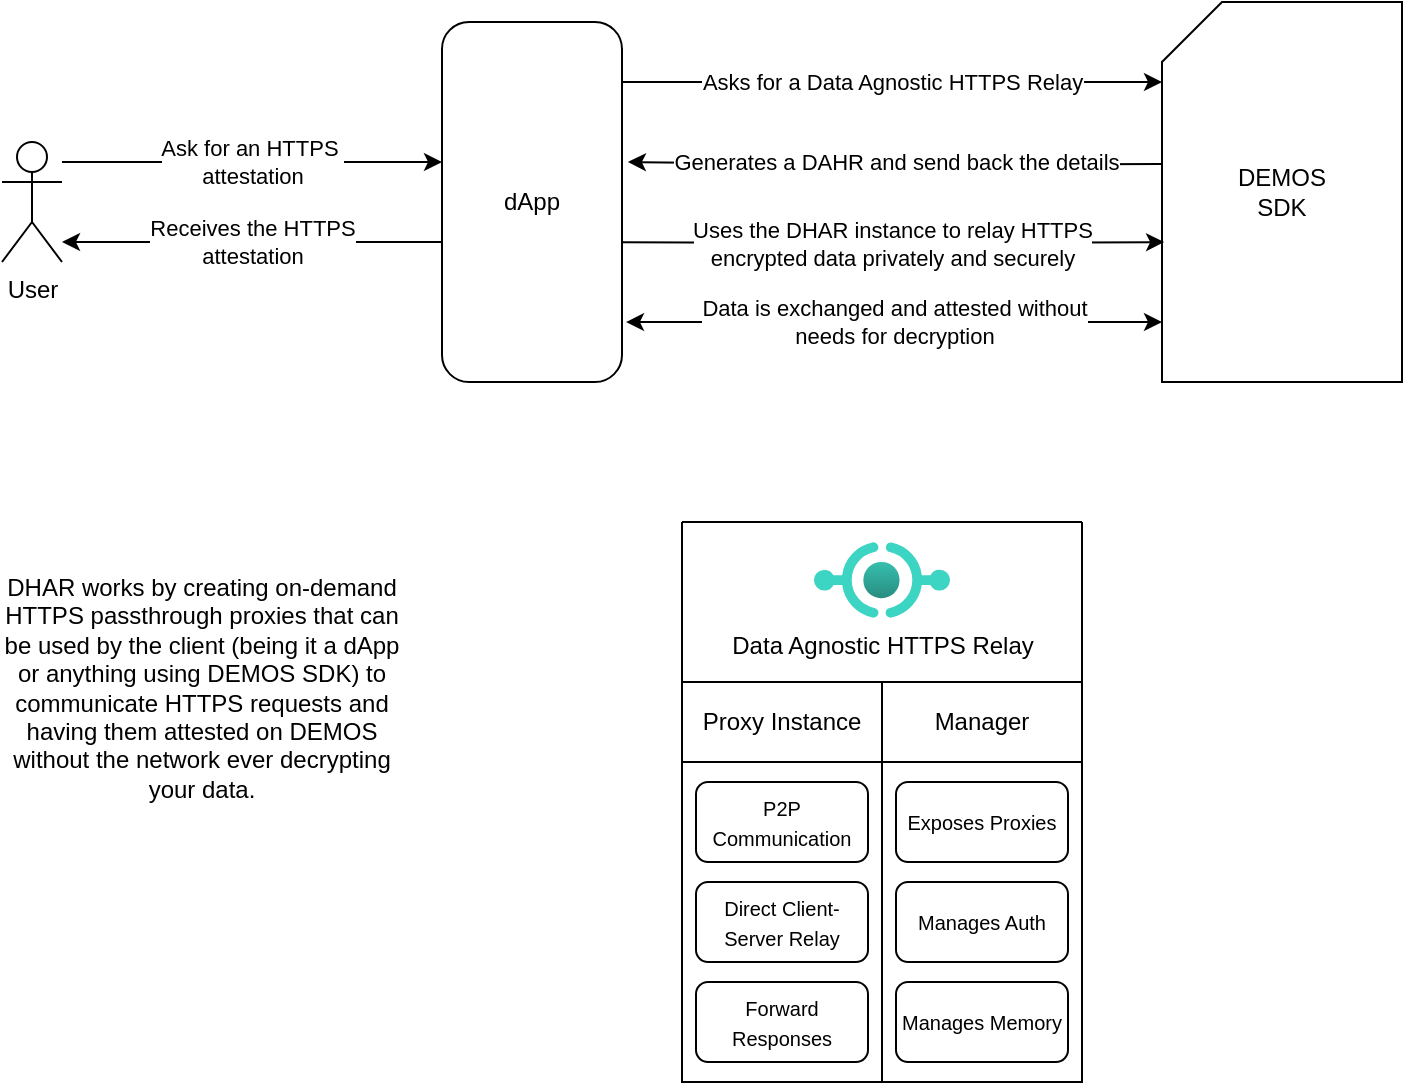
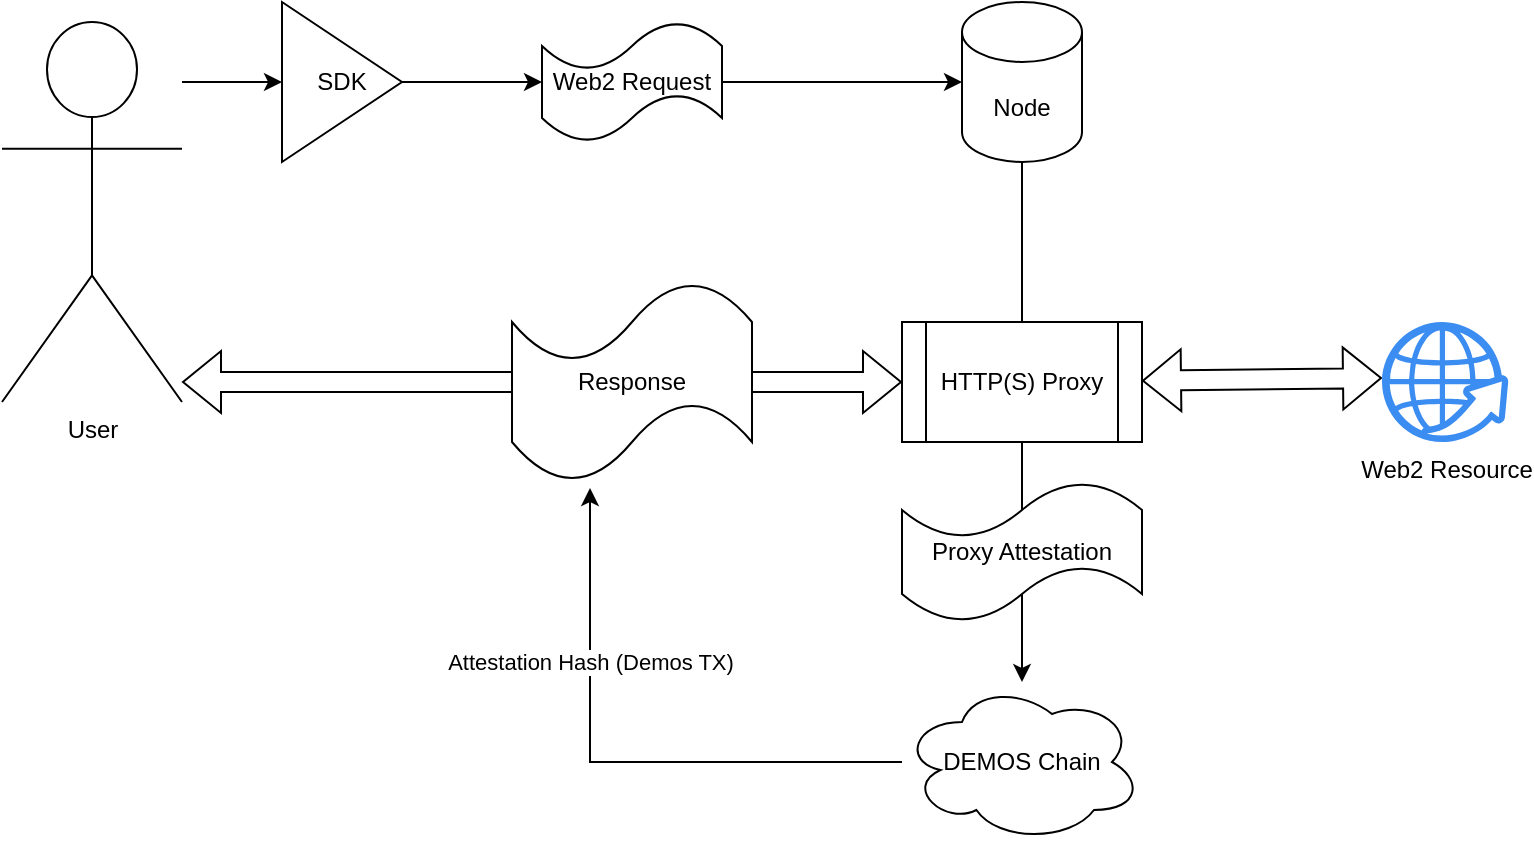
- <mxfile host="Electron" modified="2024-03-16T18:31:06.762Z" agent="Mozilla/5.0 (X11; Linux x86_64) AppleWebKit/537.36 (KHTML, like Gecko) draw.io/22.1.11 Chrome/114.0.5735.289 Electron/25.9.8 Safari/537.36" etag="PiScJdNKES-3hd9LoLwj" version="22.1.11" type="device">
-   <diagram name="Pagina-1" id="KozjIDIOYP8Ty1yJAhfX">
-     <mxGraphModel dx="1137" dy="646" grid="1" gridSize="10" guides="1" tooltips="1" connect="1" arrows="1" fold="1" page="1" pageScale="1" pageWidth="827" pageHeight="1169" math="0" shadow="0">
+ <mxfile host="Electron" modified="2024-06-16T13:16:22.919Z" agent="Mozilla/5.0 (X11; Linux x86_64) AppleWebKit/537.36 (KHTML, like Gecko) draw.io/24.5.3 Chrome/124.0.6367.207 Electron/30.0.6 Safari/537.36" etag="sLVGMgpLHqyFm6S9pQF4" version="24.5.3" type="device">
+   <diagram name="Pagina-1" id="k4i1mo8BVvXLbpHQHDgF">
+     <mxGraphModel dx="1130" dy="666" grid="1" gridSize="10" guides="1" tooltips="1" connect="1" arrows="1" fold="1" page="1" pageScale="1" pageWidth="827" pageHeight="1169" math="0" shadow="0">
      <root>
        <mxCell id="0" />
        <mxCell id="1" parent="0" />
-         <mxCell id="nxRVkFhHDUuOQ-_nWOQr-6" value="Ask for an HTTPS&amp;nbsp;&lt;br&gt;attestation" style="edgeStyle=orthogonalEdgeStyle;rounded=0;orthogonalLoop=1;jettySize=auto;html=1;" edge="1" parent="1" source="nxRVkFhHDUuOQ-_nWOQr-1" target="nxRVkFhHDUuOQ-_nWOQr-5">
+         <mxCell id="ktSBSK0f6YaetVStAnTJ-3" value="" style="edgeStyle=orthogonalEdgeStyle;rounded=0;orthogonalLoop=1;jettySize=auto;html=1;" edge="1" parent="1" source="ktSBSK0f6YaetVStAnTJ-1" target="ktSBSK0f6YaetVStAnTJ-2">
          <mxGeometry relative="1" as="geometry">
            <Array as="points">
-               <mxPoint x="80" y="140" />
-               <mxPoint x="80" y="140" />
+               <mxPoint x="120" y="120" />
+               <mxPoint x="120" y="120" />
            </Array>
          </mxGeometry>
        </mxCell>
-         <mxCell id="nxRVkFhHDUuOQ-_nWOQr-1" value="User" style="shape=umlActor;verticalLabelPosition=bottom;verticalAlign=top;html=1;outlineConnect=0;" vertex="1" parent="1">
-           <mxGeometry x="20" y="130" width="30" height="60" as="geometry" />
+         <mxCell id="ktSBSK0f6YaetVStAnTJ-1" value="User" style="shape=umlActor;verticalLabelPosition=bottom;verticalAlign=top;html=1;outlineConnect=0;" vertex="1" parent="1">
+           <mxGeometry x="20" y="90" width="90" height="190" as="geometry" />
        </mxCell>
-         <mxCell id="nxRVkFhHDUuOQ-_nWOQr-8" value="Asks for a Data Agnostic HTTPS Relay" style="edgeStyle=orthogonalEdgeStyle;rounded=0;orthogonalLoop=1;jettySize=auto;html=1;" edge="1" parent="1" source="nxRVkFhHDUuOQ-_nWOQr-5" target="nxRVkFhHDUuOQ-_nWOQr-7">
+         <mxCell id="ktSBSK0f6YaetVStAnTJ-6" value="" style="edgeStyle=orthogonalEdgeStyle;rounded=0;orthogonalLoop=1;jettySize=auto;html=1;" edge="1" parent="1" source="ktSBSK0f6YaetVStAnTJ-2" target="ktSBSK0f6YaetVStAnTJ-5">
+           <mxGeometry relative="1" as="geometry" />
+         </mxCell>
+         <mxCell id="ktSBSK0f6YaetVStAnTJ-2" value="SDK" style="triangle;whiteSpace=wrap;html=1;" vertex="1" parent="1">
+           <mxGeometry x="160" y="80" width="60" height="80" as="geometry" />
+         </mxCell>
+         <mxCell id="ktSBSK0f6YaetVStAnTJ-10" style="edgeStyle=orthogonalEdgeStyle;rounded=0;orthogonalLoop=1;jettySize=auto;html=1;" edge="1" parent="1" source="ktSBSK0f6YaetVStAnTJ-4">
          <mxGeometry relative="1" as="geometry">
-             <Array as="points">
-               <mxPoint x="510" y="100" />
-               <mxPoint x="510" y="100" />
-             </Array>
+             <mxPoint x="530" y="260" as="targetPoint" />
          </mxGeometry>
        </mxCell>
-         <mxCell id="nxRVkFhHDUuOQ-_nWOQr-5" value="dApp" style="rounded=1;whiteSpace=wrap;html=1;" vertex="1" parent="1">
-           <mxGeometry x="240" y="70" width="90" height="180" as="geometry" />
+         <mxCell id="ktSBSK0f6YaetVStAnTJ-4" value="Node" style="shape=cylinder3;whiteSpace=wrap;html=1;boundedLbl=1;backgroundOutline=1;size=15;" vertex="1" parent="1">
+           <mxGeometry x="500" y="80" width="60" height="80" as="geometry" />
        </mxCell>
-         <mxCell id="nxRVkFhHDUuOQ-_nWOQr-7" value="DEMOS&lt;br&gt;SDK" style="shape=card;whiteSpace=wrap;html=1;" vertex="1" parent="1">
-           <mxGeometry x="600" y="60" width="120" height="190" as="geometry" />
+         <mxCell id="ktSBSK0f6YaetVStAnTJ-7" value="" style="edgeStyle=orthogonalEdgeStyle;rounded=0;orthogonalLoop=1;jettySize=auto;html=1;" edge="1" parent="1" source="ktSBSK0f6YaetVStAnTJ-5" target="ktSBSK0f6YaetVStAnTJ-4">
+           <mxGeometry relative="1" as="geometry" />
        </mxCell>
-         <mxCell id="nxRVkFhHDUuOQ-_nWOQr-9" value="Generates a DAHR and send back the details" style="edgeStyle=orthogonalEdgeStyle;rounded=0;orthogonalLoop=1;jettySize=auto;html=1;entryX=1.033;entryY=0.467;entryDx=0;entryDy=0;entryPerimeter=0;" edge="1" parent="1">
-           <mxGeometry relative="1" as="geometry">
-             <mxPoint x="600" y="140.94" as="sourcePoint" />
-             <mxPoint x="332.97" y="139.99999999999994" as="targetPoint" />
+         <mxCell id="ktSBSK0f6YaetVStAnTJ-5" value="Web2 Request" style="shape=tape;whiteSpace=wrap;html=1;" vertex="1" parent="1">
+           <mxGeometry x="290" y="90" width="90" height="60" as="geometry" />
+         </mxCell>
+         <mxCell id="ktSBSK0f6YaetVStAnTJ-9" value="" style="shape=flexArrow;endArrow=classic;startArrow=classic;html=1;rounded=0;entryX=0;entryY=0.467;entryDx=0;entryDy=0;entryPerimeter=0;" edge="1" parent="1" source="ktSBSK0f6YaetVStAnTJ-12" target="ktSBSK0f6YaetVStAnTJ-11">
+           <mxGeometry width="100" height="100" relative="1" as="geometry">
+             <mxPoint x="110" y="270" as="sourcePoint" />
+             <mxPoint x="700" y="270" as="targetPoint" />
          </mxGeometry>
        </mxCell>
-         <mxCell id="nxRVkFhHDUuOQ-_nWOQr-10" value="Uses the DHAR instance to relay HTTPS&lt;br&gt;encrypted data privately and securely" style="edgeStyle=orthogonalEdgeStyle;rounded=0;orthogonalLoop=1;jettySize=auto;html=1;entryX=0.013;entryY=0.526;entryDx=0;entryDy=0;entryPerimeter=0;" edge="1" parent="1">
-           <mxGeometry relative="1" as="geometry">
-             <mxPoint x="330" y="180.1" as="sourcePoint" />
-             <mxPoint x="601.04" y="180.04000000000005" as="targetPoint" />
+         <mxCell id="ktSBSK0f6YaetVStAnTJ-11" value="Web2 Resource" style="sketch=0;html=1;aspect=fixed;strokeColor=none;shadow=0;fillColor=#3B8DF1;verticalAlign=top;labelPosition=center;verticalLabelPosition=bottom;shape=mxgraph.gcp2.globe_world" vertex="1" parent="1">
+           <mxGeometry x="710" y="240" width="63.16" height="60" as="geometry" />
+         </mxCell>
+         <mxCell id="ktSBSK0f6YaetVStAnTJ-13" value="" style="shape=flexArrow;endArrow=classic;startArrow=classic;html=1;rounded=0;" edge="1" parent="1" target="ktSBSK0f6YaetVStAnTJ-12">
+           <mxGeometry width="100" height="100" relative="1" as="geometry">
+             <mxPoint x="110" y="270" as="sourcePoint" />
+             <mxPoint x="630" y="270" as="targetPoint" />
          </mxGeometry>
        </mxCell>
-         <mxCell id="nxRVkFhHDUuOQ-_nWOQr-11" value="Receives the HTTPS&lt;br&gt;attestation" style="edgeStyle=orthogonalEdgeStyle;rounded=0;orthogonalLoop=1;jettySize=auto;html=1;startArrow=classic;startFill=1;endArrow=none;endFill=0;" edge="1" parent="1">
-           <mxGeometry relative="1" as="geometry">
-             <mxPoint x="50" y="180" as="sourcePoint" />
-             <mxPoint x="240" y="180" as="targetPoint" />
-             <Array as="points">
-               <mxPoint x="80" y="180" />
-               <mxPoint x="80" y="180" />
-             </Array>
+         <mxCell id="ktSBSK0f6YaetVStAnTJ-19" style="edgeStyle=orthogonalEdgeStyle;rounded=0;orthogonalLoop=1;jettySize=auto;html=1;" edge="1" parent="1" source="ktSBSK0f6YaetVStAnTJ-12" target="ktSBSK0f6YaetVStAnTJ-17">
+           <mxGeometry relative="1" as="geometry" />
+         </mxCell>
+         <mxCell id="ktSBSK0f6YaetVStAnTJ-12" value="HTTP(S) Proxy" style="shape=process;whiteSpace=wrap;html=1;backgroundOutline=1;" vertex="1" parent="1">
+           <mxGeometry x="470" y="240" width="120" height="60" as="geometry" />
+         </mxCell>
+         <mxCell id="ktSBSK0f6YaetVStAnTJ-14" value="Response" style="shape=tape;whiteSpace=wrap;html=1;" vertex="1" parent="1">
+           <mxGeometry x="275" y="220" width="120" height="100" as="geometry" />
+         </mxCell>
+         <mxCell id="ktSBSK0f6YaetVStAnTJ-17" value="DEMOS Chain" style="ellipse;shape=cloud;whiteSpace=wrap;html=1;" vertex="1" parent="1">
+           <mxGeometry x="470" y="420" width="120" height="80" as="geometry" />
+         </mxCell>
+         <mxCell id="ktSBSK0f6YaetVStAnTJ-20" value="Proxy Attestation" style="shape=tape;whiteSpace=wrap;html=1;" vertex="1" parent="1">
+           <mxGeometry x="470" y="320" width="120" height="70" as="geometry" />
+         </mxCell>
+         <mxCell id="ktSBSK0f6YaetVStAnTJ-21" value="Attestation Hash (Demos TX)" style="edgeStyle=orthogonalEdgeStyle;rounded=0;orthogonalLoop=1;jettySize=auto;html=1;entryX=0.325;entryY=1.03;entryDx=0;entryDy=0;entryPerimeter=0;" edge="1" parent="1" source="ktSBSK0f6YaetVStAnTJ-17" target="ktSBSK0f6YaetVStAnTJ-14">
+           <mxGeometry x="0.4061" relative="1" as="geometry">
+             <mxPoint as="offset" />
          </mxGeometry>
-         </mxCell>
-         <mxCell id="nxRVkFhHDUuOQ-_nWOQr-13" value="Data is exchanged and attested without&lt;br&gt;needs for decryption" style="edgeStyle=orthogonalEdgeStyle;rounded=0;orthogonalLoop=1;jettySize=auto;html=1;exitX=1;exitY=0.75;exitDx=0;exitDy=0;entryX=-0.025;entryY=0.763;entryDx=0;entryDy=0;entryPerimeter=0;startArrow=classic;startFill=1;" edge="1" parent="1">
-           <mxGeometry relative="1" as="geometry">
-             <mxPoint x="332" y="220.03" as="sourcePoint" />
-             <mxPoint x="600" y="220.00000000000003" as="targetPoint" />
-           </mxGeometry>
-         </mxCell>
-         <mxCell id="nxRVkFhHDUuOQ-_nWOQr-31" value="" style="group" vertex="1" connectable="0" parent="1">
-           <mxGeometry x="360" y="320" width="200" height="280" as="geometry" />
-         </mxCell>
-         <mxCell id="nxRVkFhHDUuOQ-_nWOQr-18" value="" style="swimlane;startSize=0;rounded=1;" vertex="1" parent="nxRVkFhHDUuOQ-_nWOQr-31">
-           <mxGeometry width="200" height="80" as="geometry" />
-         </mxCell>
-         <mxCell id="nxRVkFhHDUuOQ-_nWOQr-16" value="Data Agnostic HTTPS Relay" style="image;aspect=fixed;html=1;points=[];align=center;fontSize=12;image=img/lib/azure2/other/API_Proxy.svg;" vertex="1" parent="nxRVkFhHDUuOQ-_nWOQr-18">
-           <mxGeometry x="66" y="10" width="68" height="38" as="geometry" />
-         </mxCell>
-         <mxCell id="nxRVkFhHDUuOQ-_nWOQr-20" value="" style="swimlane;startSize=0;" vertex="1" parent="nxRVkFhHDUuOQ-_nWOQr-31">
-           <mxGeometry y="80" width="100" height="200" as="geometry" />
-         </mxCell>
-         <mxCell id="nxRVkFhHDUuOQ-_nWOQr-23" value="Proxy Instance" style="rounded=0;whiteSpace=wrap;html=1;" vertex="1" parent="nxRVkFhHDUuOQ-_nWOQr-20">
-           <mxGeometry width="100" height="40" as="geometry" />
-         </mxCell>
-         <mxCell id="nxRVkFhHDUuOQ-_nWOQr-28" value="&lt;font style=&quot;font-size: 10px;&quot;&gt;P2P Communication&lt;/font&gt;" style="rounded=1;whiteSpace=wrap;html=1;" vertex="1" parent="nxRVkFhHDUuOQ-_nWOQr-20">
-           <mxGeometry x="7" y="50" width="86" height="40" as="geometry" />
-         </mxCell>
-         <mxCell id="nxRVkFhHDUuOQ-_nWOQr-29" value="&lt;font style=&quot;font-size: 10px;&quot;&gt;Direct Client-Server Relay&lt;/font&gt;" style="rounded=1;whiteSpace=wrap;html=1;" vertex="1" parent="nxRVkFhHDUuOQ-_nWOQr-20">
-           <mxGeometry x="7" y="100" width="86" height="40" as="geometry" />
-         </mxCell>
-         <mxCell id="nxRVkFhHDUuOQ-_nWOQr-30" value="&lt;font style=&quot;font-size: 10px;&quot;&gt;Forward Responses&lt;/font&gt;" style="rounded=1;whiteSpace=wrap;html=1;" vertex="1" parent="nxRVkFhHDUuOQ-_nWOQr-20">
-           <mxGeometry x="7" y="150" width="86" height="40" as="geometry" />
-         </mxCell>
-         <mxCell id="nxRVkFhHDUuOQ-_nWOQr-21" value="" style="swimlane;startSize=0;" vertex="1" parent="nxRVkFhHDUuOQ-_nWOQr-31">
-           <mxGeometry x="100" y="80" width="100" height="200" as="geometry" />
-         </mxCell>
-         <mxCell id="nxRVkFhHDUuOQ-_nWOQr-24" value="Manager" style="rounded=0;whiteSpace=wrap;html=1;" vertex="1" parent="nxRVkFhHDUuOQ-_nWOQr-21">
-           <mxGeometry width="100" height="40" as="geometry" />
-         </mxCell>
-         <mxCell id="nxRVkFhHDUuOQ-_nWOQr-25" value="&lt;font style=&quot;font-size: 10px;&quot;&gt;Exposes Proxies&lt;/font&gt;" style="rounded=1;whiteSpace=wrap;html=1;" vertex="1" parent="nxRVkFhHDUuOQ-_nWOQr-21">
-           <mxGeometry x="7" y="50" width="86" height="40" as="geometry" />
-         </mxCell>
-         <mxCell id="nxRVkFhHDUuOQ-_nWOQr-26" value="&lt;font style=&quot;font-size: 10px;&quot;&gt;Manages Auth&lt;/font&gt;" style="rounded=1;whiteSpace=wrap;html=1;" vertex="1" parent="nxRVkFhHDUuOQ-_nWOQr-21">
-           <mxGeometry x="7" y="100" width="86" height="40" as="geometry" />
-         </mxCell>
-         <mxCell id="nxRVkFhHDUuOQ-_nWOQr-27" value="&lt;span style=&quot;font-size: 10px;&quot;&gt;Manages Memory&lt;/span&gt;" style="rounded=1;whiteSpace=wrap;html=1;" vertex="1" parent="nxRVkFhHDUuOQ-_nWOQr-21">
-           <mxGeometry x="7" y="150" width="86" height="40" as="geometry" />
-         </mxCell>
-         <mxCell id="nxRVkFhHDUuOQ-_nWOQr-33" value="DHAR works by creating on-demand HTTPS passthrough proxies that can be used by the client (being it a dApp or anything using DEMOS SDK) to communicate HTTPS requests and having them attested on DEMOS without the network ever decrypting your data." style="text;html=1;strokeColor=none;fillColor=none;align=center;verticalAlign=middle;whiteSpace=wrap;rounded=0;" vertex="1" parent="1">
-           <mxGeometry x="20" y="320" width="200" height="165" as="geometry" />
        </mxCell>
      </root>
    </mxGraphModel>
  </diagram>
</mxfile>
